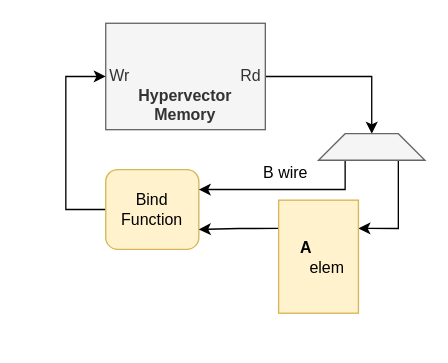
Above: doc/Architecture Proposal/img/kernel-bundle.drawio in GNPower/HDC-Accelerator (draw.io), before the change. Source tidied: cells renumbered, new cells numbered last; positions are measured from the earlier drawing's top-left corner, leaving out a move shared by most shapes. Both pictures are drawn from the tidied source at 133%, with x=0, y=0 at pixel (65, 23).
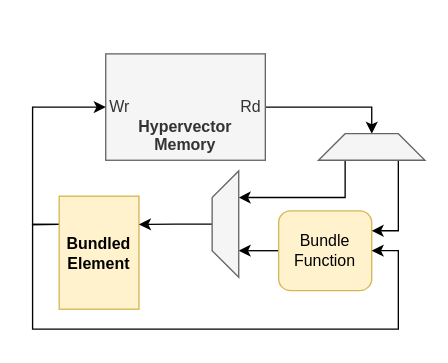
After the change.

What changed in the source:
```diff
@@
 <mxGraphModel>
   <root>
     <mxCell id="0" />
     <mxCell id="1" parent="0" />
     <mxCell id="2" style="edgeStyle=orthogonalEdgeStyle;rounded=0;jettySize=auto;html=1;exitX=1;exitY=0.5;exitDx=0;exitDy=0;entryX=0.5;entryY=0;entryDx=0;entryDy=0;startArrow=none;startFill=0;endArrow=classic;endFill=1;" parent="1" edge="1" source="3" target="8">
       <mxGeometry relative="1" as="geometry" />
     </mxCell>
     <mxCell id="3" value="&lt;br&gt;&lt;br&gt;Wr&amp;nbsp; &amp;nbsp; &amp;nbsp; &amp;nbsp; &amp;nbsp; &amp;nbsp; &amp;nbsp; &amp;nbsp; &amp;nbsp; &amp;nbsp; &amp;nbsp; &amp;nbsp; &amp;nbsp;Rd&lt;br&gt;&lt;b&gt;Hypervector&lt;/b&gt;&lt;br&gt;&lt;b&gt;Memory&lt;/b&gt;" style="rounded=0;whiteSpace=wrap;html=1;fillColor=#f5f5f5;strokeColor=#666666;fontColor=#333333;" parent="1" vertex="1">
-      <mxGeometry x="30" width="120" height="80" as="geometry" />
+      <mxGeometry x="30" y="23" width="120" height="80" as="geometry" />
     </mxCell>
-    <mxCell id="4" style="edgeStyle=orthogonalEdgeStyle;rounded=0;jettySize=auto;html=1;exitX=0;exitY=0.5;exitDx=0;exitDy=0;entryX=0;entryY=0.5;entryDx=0;entryDy=0;startArrow=none;startFill=0;endArrow=classic;endFill=1;" parent="1" edge="1" source="5" target="3">
-      <mxGeometry relative="1" as="geometry">
-        <Array as="points">
-          <mxPoint y="140" />
-          <mxPoint y="40" />
-        </Array>
-      </mxGeometry>
-    </mxCell>
+    <mxCell id="12" style="edgeStyle=orthogonalEdgeStyle;rounded=0;jettySize=auto;html=1;exitX=0;exitY=0.5;exitDx=0;exitDy=0;entryX=0.25;entryY=1;entryDx=0;entryDy=0;" parent="1" edge="1" source="5" target="16">
+      <mxGeometry relative="1" as="geometry" />
+    </mxCell>
-    <mxCell id="5" value="Bind&lt;br&gt;Function" style="rounded=1;whiteSpace=wrap;html=1;fillColor=#fff2cc;strokeColor=#d6b656;" parent="1" vertex="1">
-      <mxGeometry x="30" y="110" width="70" height="60" as="geometry" />
+    <mxCell id="5" value="Bundle&lt;br&gt;Function" style="rounded=1;whiteSpace=wrap;html=1;fillColor=#fff2cc;strokeColor=#d6b656;" parent="1" vertex="1">
+      <mxGeometry x="160" y="141" width="70" height="60" as="geometry" />
     </mxCell>
-    <mxCell id="6" style="edgeStyle=orthogonalEdgeStyle;rounded=0;jettySize=auto;html=1;exitX=0.75;exitY=1;exitDx=0;exitDy=0;entryX=1;entryY=0.25;entryDx=0;entryDy=0;startArrow=none;startFill=0;endArrow=classic;endFill=1;" parent="1" edge="1" source="8" target="10">
-      <mxGeometry relative="1" as="geometry" />
-    </mxCell>
+    <mxCell id="13" style="edgeStyle=orthogonalEdgeStyle;rounded=0;jettySize=auto;html=1;exitX=0.25;exitY=1;exitDx=0;exitDy=0;entryX=0.75;entryY=1;entryDx=0;entryDy=0;" parent="1" edge="1" source="8" target="16">
+      <mxGeometry relative="1" as="geometry" />
+    </mxCell>
-    <mxCell id="7" style="edgeStyle=orthogonalEdgeStyle;rounded=0;jettySize=auto;html=1;exitX=0.25;exitY=1;exitDx=0;exitDy=0;entryX=1;entryY=0.25;entryDx=0;entryDy=0;startArrow=none;startFill=0;endArrow=classic;endFill=1;" parent="1" edge="1" source="8" target="5">
+    <mxCell id="7" style="edgeStyle=orthogonalEdgeStyle;rounded=0;jettySize=auto;html=1;exitX=0.75;exitY=1;exitDx=0;exitDy=0;entryX=1;entryY=0.25;entryDx=0;entryDy=0;" parent="1" edge="1" source="8" target="5">
       <mxGeometry relative="1" as="geometry" />
     </mxCell>
     <mxCell id="8" style="shape=trapezoid;perimeter=trapezoidPerimeter;whiteSpace=wrap;html=1;fixedSize=1;rotation=0;size=20;fillColor=#f5f5f5;strokeColor=#666666;fontColor=#333333;" parent="1" vertex="1">
       <mxGeometry x="190" y="83" width="80" height="20" as="geometry" />
     </mxCell>
-    <mxCell id="9" style="edgeStyle=orthogonalEdgeStyle;rounded=0;jettySize=auto;html=1;exitX=0;exitY=0.25;exitDx=0;exitDy=0;entryX=1;entryY=0.75;entryDx=0;entryDy=0;startArrow=none;startFill=0;endArrow=classic;endFill=1;" parent="1" edge="1" source="10" target="5">
-      <mxGeometry relative="1" as="geometry" />
+    <mxCell id="9" style="edgeStyle=orthogonalEdgeStyle;rounded=0;jettySize=auto;html=1;exitX=0;exitY=0.25;exitDx=0;exitDy=0;entryX=1;entryY=0.5;entryDx=0;entryDy=0;" parent="1" edge="1" source="10" target="5">
+      <mxGeometry relative="1" as="geometry">
+        <Array as="points">
+          <mxPoint x="-25" y="151" />
+          <mxPoint x="-25" y="230" />
+          <mxPoint x="250" y="230" />
+          <mxPoint x="250" y="171" />
+        </Array>
+      </mxGeometry>
     </mxCell>
+    <mxCell id="14" style="edgeStyle=orthogonalEdgeStyle;rounded=0;jettySize=auto;html=1;exitX=0;exitY=0.25;exitDx=0;exitDy=0;entryX=0;entryY=0.5;entryDx=0;entryDy=0;" parent="1" edge="1" source="10" target="3">
+      <mxGeometry relative="1" as="geometry" />
+    </mxCell>
-    <mxCell id="10" value="&lt;div style=&quot;text-align: left&quot;&gt;&lt;b&gt;&amp;nbsp; A&lt;/b&gt;&lt;/div&gt;&amp;nbsp; &amp;nbsp; elem" style="rounded=0;whiteSpace=wrap;html=1;fillColor=#fff2cc;strokeColor=#d6b656;" parent="1" vertex="1">
-      <mxGeometry x="160" y="133" width="60" height="85" as="geometry" />
+    <mxCell id="10" value="&lt;b&gt;Bundled Element&lt;/b&gt;&lt;div style=&quot;text-align: left&quot;&gt;&lt;/div&gt;" style="rounded=0;whiteSpace=wrap;html=1;fillColor=#fff2cc;strokeColor=#d6b656;" parent="1" vertex="1">
+      <mxGeometry x="-5" y="130" width="60" height="85" as="geometry" />
     </mxCell>
-    <mxCell id="11" value="B wire" style="text;html=1;align=center;verticalAlign=middle;" parent="1" vertex="1">
-      <mxGeometry x="140" y="103" width="50" height="20" as="geometry" />
-    </mxCell>
+    <mxCell id="15" style="edgeStyle=orthogonalEdgeStyle;rounded=0;jettySize=auto;html=1;exitX=0.5;exitY=0;exitDx=0;exitDy=0;entryX=1;entryY=0.25;entryDx=0;entryDy=0;" parent="1" edge="1" source="16" target="10">
+      <mxGeometry relative="1" as="geometry" />
+    </mxCell>
+    <mxCell id="16" style="shape=trapezoid;perimeter=trapezoidPerimeter;whiteSpace=wrap;html=1;fixedSize=1;rotation=-90;size=20;fillColor=#f5f5f5;strokeColor=#666666;fontColor=#333333;" parent="1" vertex="1">
+      <mxGeometry x="80" y="141" width="80" height="20" as="geometry" />
+    </mxCell>
   </root>
 </mxGraphModel>
```
